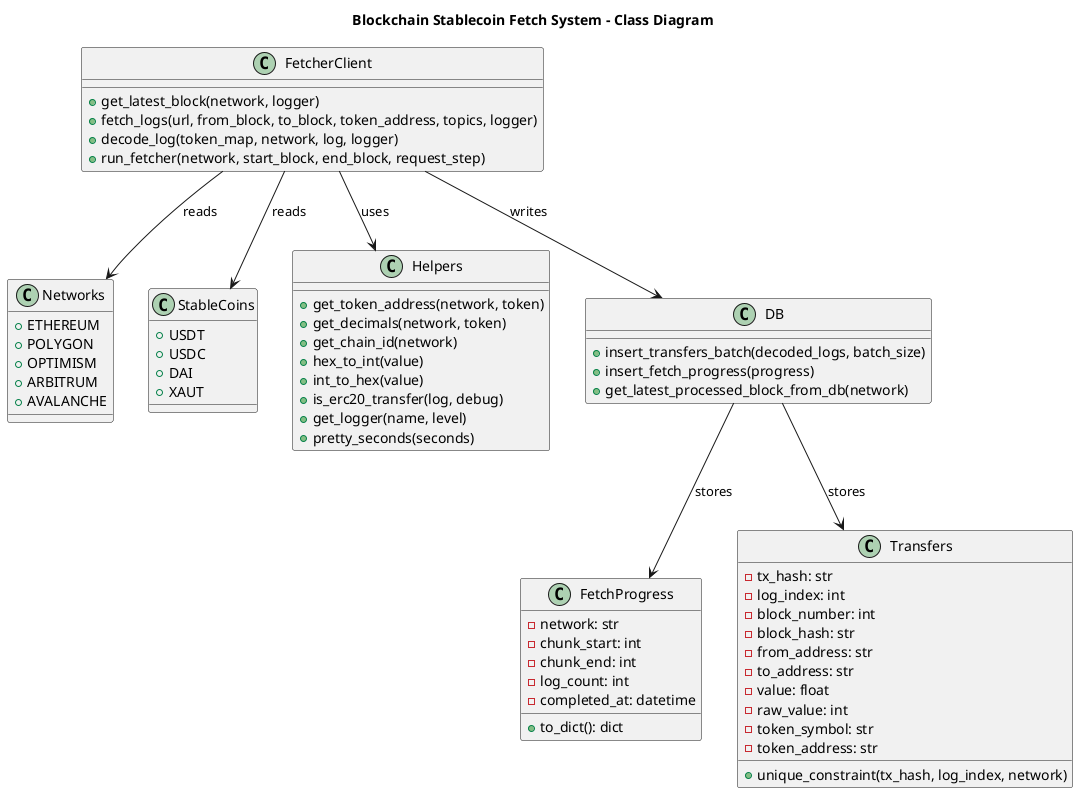
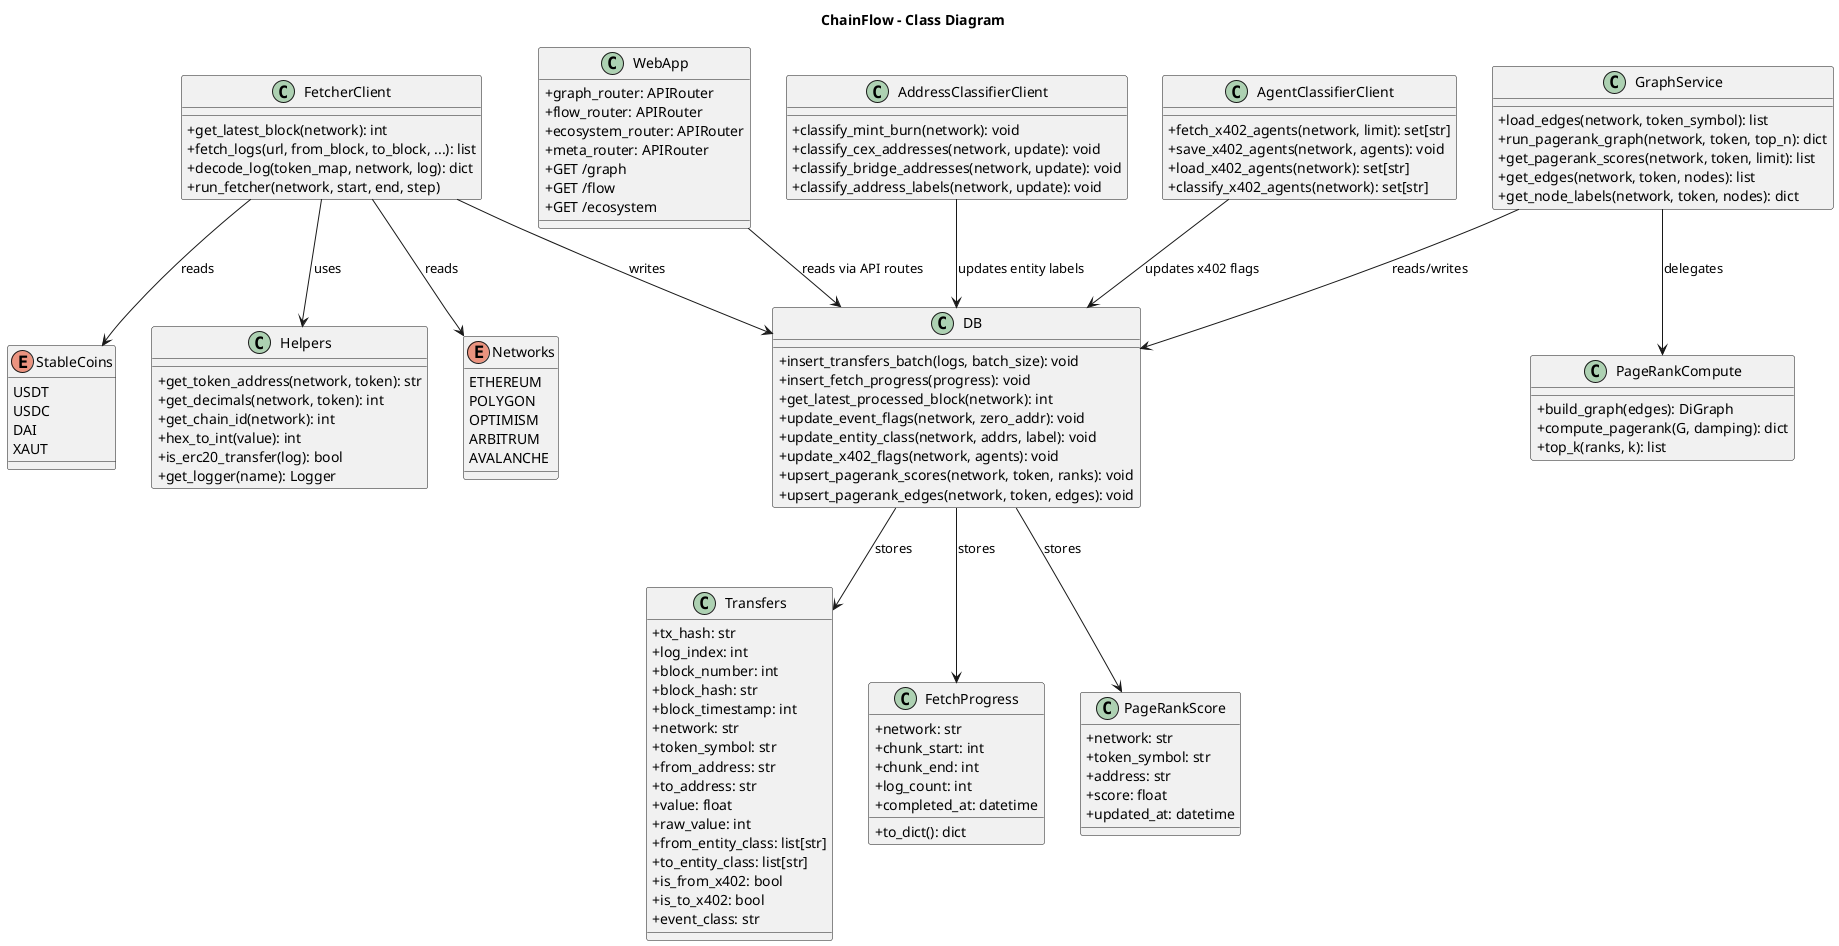
@startuml
- title Blockchain Stablecoin Fetch System - Class Diagram
+ title ChainFlow - Class Diagram
+ 
+ skinparam classAttributeIconSize 0

' Enums
- class Networks {
-     +ETHEREUM
-     +POLYGON
-     +OPTIMISM
-     +ARBITRUM
-     +AVALANCHE
+ enum Networks {
+     ETHEREUM
+     POLYGON
+     OPTIMISM
+     ARBITRUM
+     AVALANCHE
}

- class StableCoins {
-     +USDT
-     +USDC
-     +DAI
-     +XAUT
+ enum StableCoins {
+     USDT
+     USDC
+     DAI
+     XAUT
}

- ' Dataclasses / Tables
+ ' DB Entities
+ class Transfers {
+     +tx_hash: str
+     +log_index: int
+     +block_number: int
+     +block_hash: str
+     +block_timestamp: int
+     +network: str
+     +token_symbol: str
+     +from_address: str
+     +to_address: str
+     +value: float
+     +raw_value: int
+     +from_entity_class: list[str]
+     +to_entity_class: list[str]
+     +is_from_x402: bool
+     +is_to_x402: bool
+     +event_class: str
+ }
+ 
class FetchProgress {
-     -network: str
-     -chunk_start: int
-     -chunk_end: int
-     -log_count: int
-     -completed_at: datetime
+     +network: str
+     +chunk_start: int
+     +chunk_end: int
+     +log_count: int
+     +completed_at: datetime
    +to_dict(): dict
}

- class Transfers {
-     -tx_hash: str
-     -log_index: int
-     -block_number: int
-     -block_hash: str
-     -from_address: str
-     -to_address: str
-     -value: float
-     -raw_value: int
-     -token_symbol: str
-     -token_address: str
-     +unique_constraint(tx_hash, log_index, network)
+ class PageRankScore {
+     +network: str
+     +token_symbol: str
+     +address: str
+     +score: float
+     +updated_at: datetime
}

- ' Helpers module
+ ' Helpers
class Helpers {
-     +get_token_address(network, token)
-     +get_decimals(network, token)
-     +get_chain_id(network)
-     +hex_to_int(value)
-     +int_to_hex(value)
-     +is_erc20_transfer(log, debug)
-     +get_logger(name, level)
-     +pretty_seconds(seconds)
+     +get_token_address(network, token): str
+     +get_decimals(network, token): int
+     +get_chain_id(network): int
+     +hex_to_int(value): int
+     +is_erc20_transfer(log): bool
+     +get_logger(name): Logger
}

- ' Fetcher module
+ ' Fetcher
class FetcherClient {
-     +get_latest_block(network, logger)
-     +fetch_logs(url, from_block, to_block, token_address, topics, logger)
-     +decode_log(token_map, network, log, logger)
-     +run_fetcher(network, start_block, end_block, request_step)
+     +get_latest_block(network): int
+     +fetch_logs(url, from_block, to_block, ...): list
+     +decode_log(token_map, network, log): dict
+     +run_fetcher(network, start, end, step)
}

- ' Database module
+ ' Classifiers
+ class AddressClassifierClient {
+     +classify_mint_burn(network): void
+     +classify_cex_addresses(network, update): void
+     +classify_bridge_addresses(network, update): void
+     +classify_address_labels(network, update): void
+ }
+ 
+ class AgentClassifierClient {
+     +fetch_x402_agents(network, limit): set[str]
+     +save_x402_agents(network, agents): void
+     +load_x402_agents(network): set[str]
+     +classify_x402_agents(network): set[str]
+ }
+ 
+ ' Graph
+ class GraphService {
+     +load_edges(network, token_symbol): list
+     +run_pagerank_graph(network, token, top_n): dict
+     +get_pagerank_scores(network, token, limit): list
+     +get_edges(network, token, nodes): list
+     +get_node_labels(network, token, nodes): dict
+ }
+ 
+ class PageRankCompute {
+     +build_graph(edges): DiGraph
+     +compute_pagerank(G, damping): dict
+     +top_k(ranks, k): list
+ }
+ 
+ ' Database
class DB {
-     +insert_transfers_batch(decoded_logs, batch_size)
-     +insert_fetch_progress(progress)
-     +get_latest_processed_block_from_db(network)
+     +insert_transfers_batch(logs, batch_size): void
+     +insert_fetch_progress(progress): void
+     +get_latest_processed_block(network): int
+     +update_event_flags(network, zero_addr): void
+     +update_entity_class(network, addrs, label): void
+     +update_x402_flags(network, agents): void
+     +upsert_pagerank_scores(network, token, ranks): void
+     +upsert_pagerank_edges(network, token, edges): void
+ }
+ 
+ ' Web
+ class WebApp {
+     +graph_router: APIRouter
+     +flow_router: APIRouter
+     +ecosystem_router: APIRouter
+     +meta_router: APIRouter
+     +GET /graph
+     +GET /flow
+     +GET /ecosystem
}

' Relationships
FetcherClient --> Helpers : uses
FetcherClient --> Networks : reads
FetcherClient --> StableCoins : reads
FetcherClient --> DB : writes
+ 
+ AddressClassifierClient --> DB : updates entity labels
+ AgentClassifierClient --> DB : updates x402 flags
+ 
+ GraphService --> PageRankCompute : delegates
+ GraphService --> DB : reads/writes
+ 
+ WebApp --> DB : reads via API routes
+ 
DB --> FetchProgress : stores
DB --> Transfers : stores
+ DB --> PageRankScore : stores

- @enduml+ @enduml
